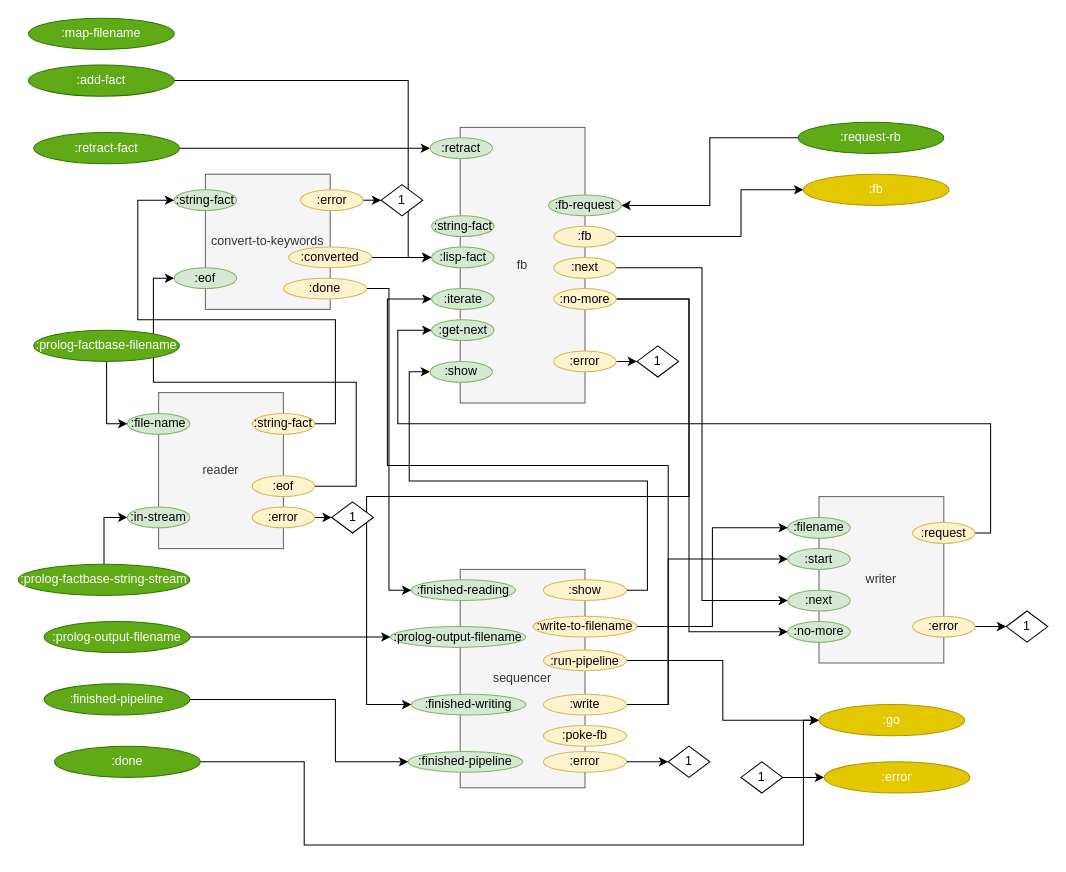
This is page "1. Compiler test bed" (3 of 7) of svg/cl-compiler/doc/V3-compiler.drawio from bmfbp/bmfbp, a draw.io file, before an edit. Source tidied: cells renumbered, new cells numbered last; positions are measured from the earlier drawing's top-left corner, leaving out a move shared by most shapes. Both pictures are drawn from the tidied source at 104%, with x=0, y=0 at pixel (18, 18).
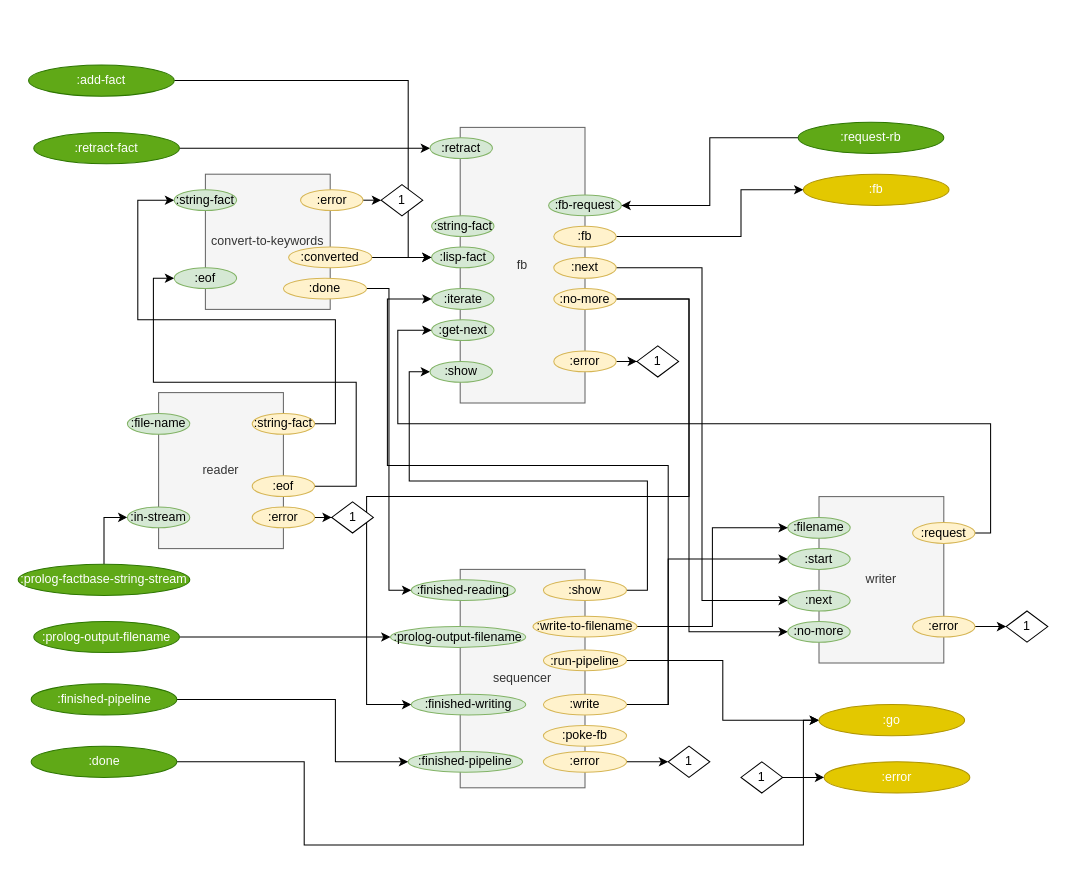
Above is the later version.

Unchanged cells that the change refers to:
```xml
<mxCell id="11" value=":file-name" style="ellipse;whiteSpace=wrap;html=1;fillColor=#d5e8d4;strokeColor=#82b366;" parent="1" vertex="1">
  <mxGeometry x="105" y="380" width="60" height="20" as="geometry" />
</mxCell>
```

What changed in the source:
```diff
@@
-    <mxCell id="30" style="edgeStyle=orthogonalEdgeStyle;rounded=0;jettySize=auto;html=1;exitX=0.5;exitY=1;exitDx=0;exitDy=0;entryX=0;entryY=0.5;entryDx=0;entryDy=0;" parent="1" edge="1" source="31" target="11">
-      <mxGeometry relative="1" as="geometry" />
-    </mxCell>
-    <mxCell id="31" value=":prolog-factbase-filename&lt;br&gt;" style="ellipse;whiteSpace=wrap;html=1;fillColor=#60a917;strokeColor=#2D7600;fontColor=#ffffff;" parent="1" vertex="1">
-      <mxGeometry x="15" y="300" width="140" height="30" as="geometry" />
-    </mxCell>
@@
     <mxCell id="33" value=":prolog-output-filename" style="ellipse;whiteSpace=wrap;html=1;fillColor=#60a917;strokeColor=#2D7600;fontColor=#ffffff;" parent="1" vertex="1">
-      <mxGeometry x="25" y="580" width="140" height="30" as="geometry" />
+      <mxGeometry x="15" y="580" width="140" height="30" as="geometry" />
     </mxCell>
@@
     <mxCell id="68" value=":done" style="ellipse;whiteSpace=wrap;html=1;fillColor=#60a917;strokeColor=#2D7600;fontColor=#ffffff;" parent="1" vertex="1">
-      <mxGeometry x="35" y="700" width="140" height="30" as="geometry" />
+      <mxGeometry x="12.5" y="700" width="140" height="30" as="geometry" />
     </mxCell>
@@
     <mxCell id="82" value=":finished-pipeline" style="ellipse;whiteSpace=wrap;html=1;fillColor=#60a917;strokeColor=#2D7600;fontColor=#ffffff;" parent="1" vertex="1">
-      <mxGeometry x="25" y="640" width="140" height="30" as="geometry" />
+      <mxGeometry x="12.5" y="640" width="140" height="30" as="geometry" />
     </mxCell>
@@
-    <mxCell id="84" value=":map-filename" style="ellipse;whiteSpace=wrap;html=1;fillColor=#60a917;strokeColor=#2D7600;fontColor=#ffffff;" parent="1" vertex="1">
-      <mxGeometry x="10" width="140" height="30" as="geometry" />
-    </mxCell>
```
